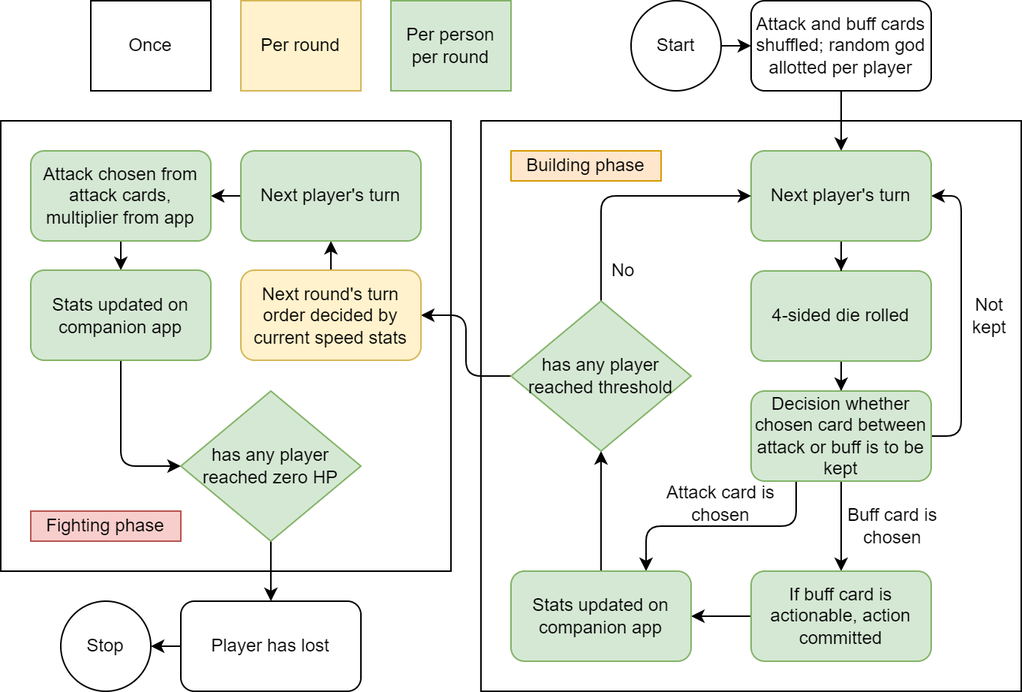
Before: Docs/GDD-Resources/gddflow.drawio.png, a diagram exported from draw.io (AakashJ2412/Boons-and-Curses). Source tidied: cells renumbered, new cells last; positions are measured from the earlier drawing's top-left corner, leaving out a move shared by most shapes.
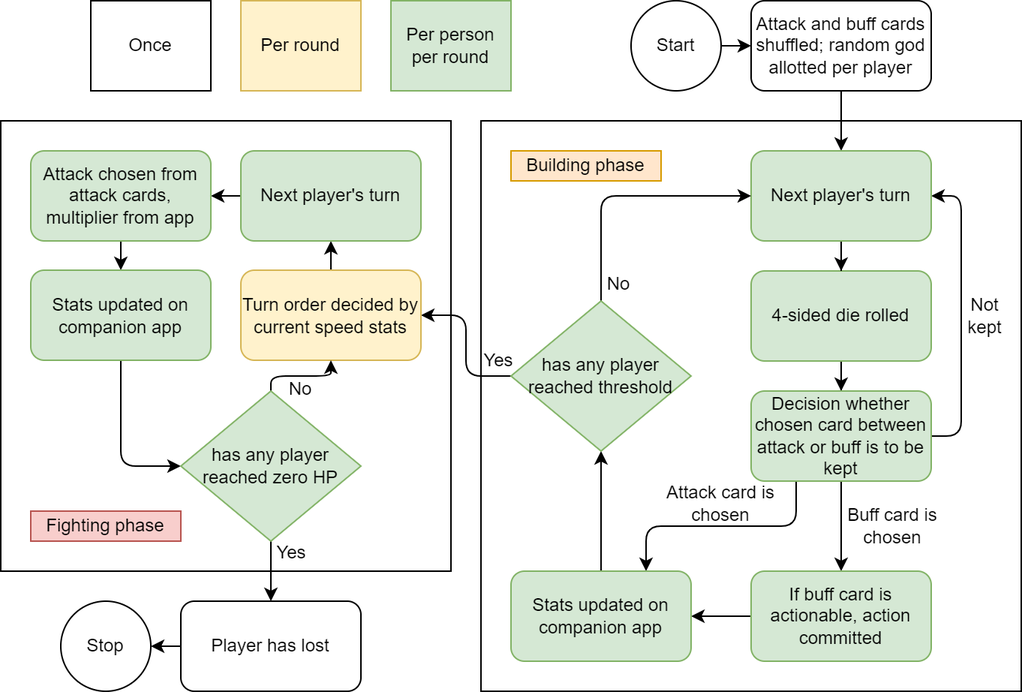
After the commit.

Diff of the diagram source:
```diff
@@ -56,7 +56,7 @@
       <mxGeometry x="500" y="100" width="120" height="60" as="geometry" />
     </mxCell>
     <mxCell id="18" value="Not kept" style="text;html=1;strokeColor=none;fillColor=none;align=center;verticalAlign=middle;whiteSpace=wrap;rounded=0;" parent="1" vertex="1">
-      <mxGeometry x="640" y="195" width="38" height="30" as="geometry" />
+      <mxGeometry x="637" y="195" width="38" height="30" as="geometry" />
     </mxCell>
     <mxCell id="19" style="edgeStyle=orthogonalEdgeStyle;rounded=0;jettySize=auto;html=1;exitX=0;exitY=0.5;exitDx=0;exitDy=0;" parent="1" edge="1" source="20" target="22">
       <mxGeometry relative="1" as="geometry" />
@@ -80,7 +80,7 @@
       <mxGeometry x="340" y="200" width="120" height="100" as="geometry" />
     </mxCell>
     <mxCell id="26" value="No" style="text;html=1;strokeColor=none;fillColor=none;align=center;verticalAlign=middle;whiteSpace=wrap;rounded=0;" parent="1" vertex="1">
-      <mxGeometry x="400" y="165" width="30" height="30" as="geometry" />
+      <mxGeometry x="397" y="174" width="30" height="30" as="geometry" />
     </mxCell>
     <mxCell id="27" value="Building phase" style="rounded=0;whiteSpace=wrap;html=1;fillColor=#ffe6cc;strokeColor=#d79b00;" parent="1" vertex="1">
       <mxGeometry x="340" y="100" width="100" height="20" as="geometry" />
@@ -88,7 +88,7 @@
     <mxCell id="28" style="edgeStyle=orthogonalEdgeStyle;rounded=1;jettySize=auto;html=1;exitX=0.5;exitY=0;exitDx=0;exitDy=0;" parent="1" edge="1" source="29" target="34">
       <mxGeometry relative="1" as="geometry" />
     </mxCell>
-    <mxCell id="29" value="Next round's turn order decided by current speed stats" style="rounded=1;whiteSpace=wrap;html=1;fillColor=#fff2cc;strokeColor=#d6b656;" parent="1" vertex="1">
+    <mxCell id="29" value="Turn order decided by current speed stats" style="rounded=1;whiteSpace=wrap;html=1;fillColor=#fff2cc;strokeColor=#d6b656;" parent="1" vertex="1">
       <mxGeometry x="160" y="179.5" width="120" height="60" as="geometry" />
     </mxCell>
     <mxCell id="30" value="Per round" style="rounded=0;whiteSpace=wrap;html=1;fillColor=#fff2cc;strokeColor=#d6b656;" parent="1" vertex="1">
@@ -121,6 +121,14 @@
     <mxCell id="39" style="edgeStyle=orthogonalEdgeStyle;rounded=1;jettySize=auto;html=1;exitX=0.5;exitY=1;exitDx=0;exitDy=0;" parent="1" edge="1" source="40" target="42">
       <mxGeometry relative="1" as="geometry" />
     </mxCell>
+    <mxCell id="45" style="edgeStyle=orthogonalEdgeStyle;rounded=1;jettySize=auto;html=1;exitX=0.5;exitY=0;exitDx=0;exitDy=0;entryX=0.5;entryY=1;entryDx=0;entryDy=0;" parent="1" edge="1" source="40" target="29">
+      <mxGeometry relative="1" as="geometry">
+        <Array as="points">
+          <mxPoint x="180" y="250" />
+          <mxPoint x="220" y="250" />
+        </Array>
+      </mxGeometry>
+    </mxCell>
     <mxCell id="40" value="has any player reached zero HP" style="rhombus;whiteSpace=wrap;html=1;fillColor=#d5e8d4;strokeColor=#82b366;" parent="1" vertex="1">
       <mxGeometry x="120" y="260" width="120" height="100" as="geometry" />
     </mxCell>
@@ -136,5 +144,14 @@
     <mxCell id="44" value="Stop" style="ellipse;whiteSpace=wrap;html=1;fillColor=default;" parent="1" vertex="1">
       <mxGeometry x="40" y="400" width="60" height="60" as="geometry" />
     </mxCell>
+    <mxCell id="46" value="Yes" style="text;html=1;strokeColor=none;fillColor=none;align=center;verticalAlign=middle;whiteSpace=wrap;rounded=0;" parent="1" vertex="1">
+      <mxGeometry x="317" y="225" width="30" height="30" as="geometry" />
+    </mxCell>
+    <mxCell id="47" value="No" style="text;html=1;strokeColor=none;fillColor=none;align=center;verticalAlign=middle;whiteSpace=wrap;rounded=0;" parent="1" vertex="1">
+      <mxGeometry x="185" y="244" width="30" height="30" as="geometry" />
+    </mxCell>
+    <mxCell id="48" value="Yes" style="text;html=1;strokeColor=none;fillColor=none;align=center;verticalAlign=middle;whiteSpace=wrap;rounded=0;" parent="1" vertex="1">
+      <mxGeometry x="179" y="353" width="30" height="30" as="geometry" />
+    </mxCell>
   </root>
 </mxGraphModel>
```
